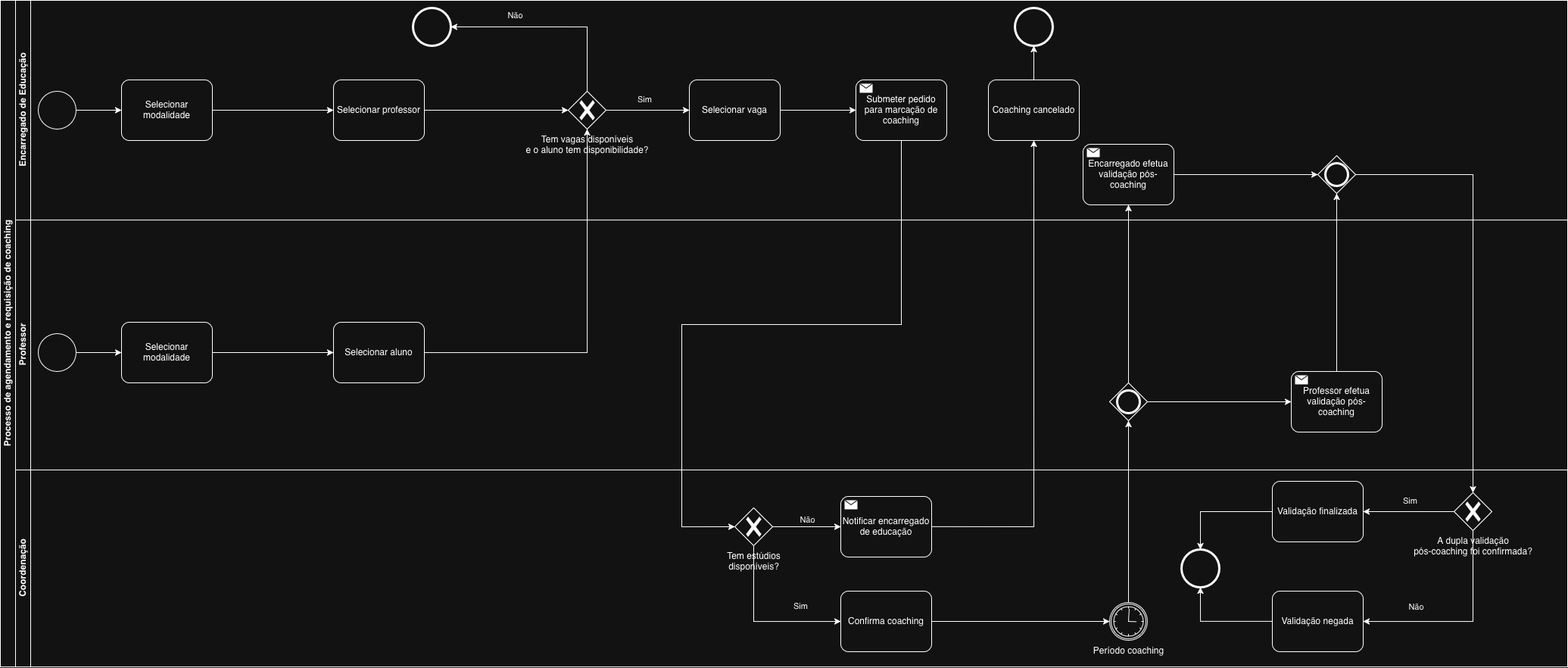
The draw.io diagram docs/diagrams/bpmn/assets/bpmn-coaching-dark.png in nricardoba/lesi-pds-pw-dance-school, before a commit. Source tidied: cells renumbered, new cells last; positions are measured from the earlier drawing's top-left corner, leaving out a move shared by most shapes.
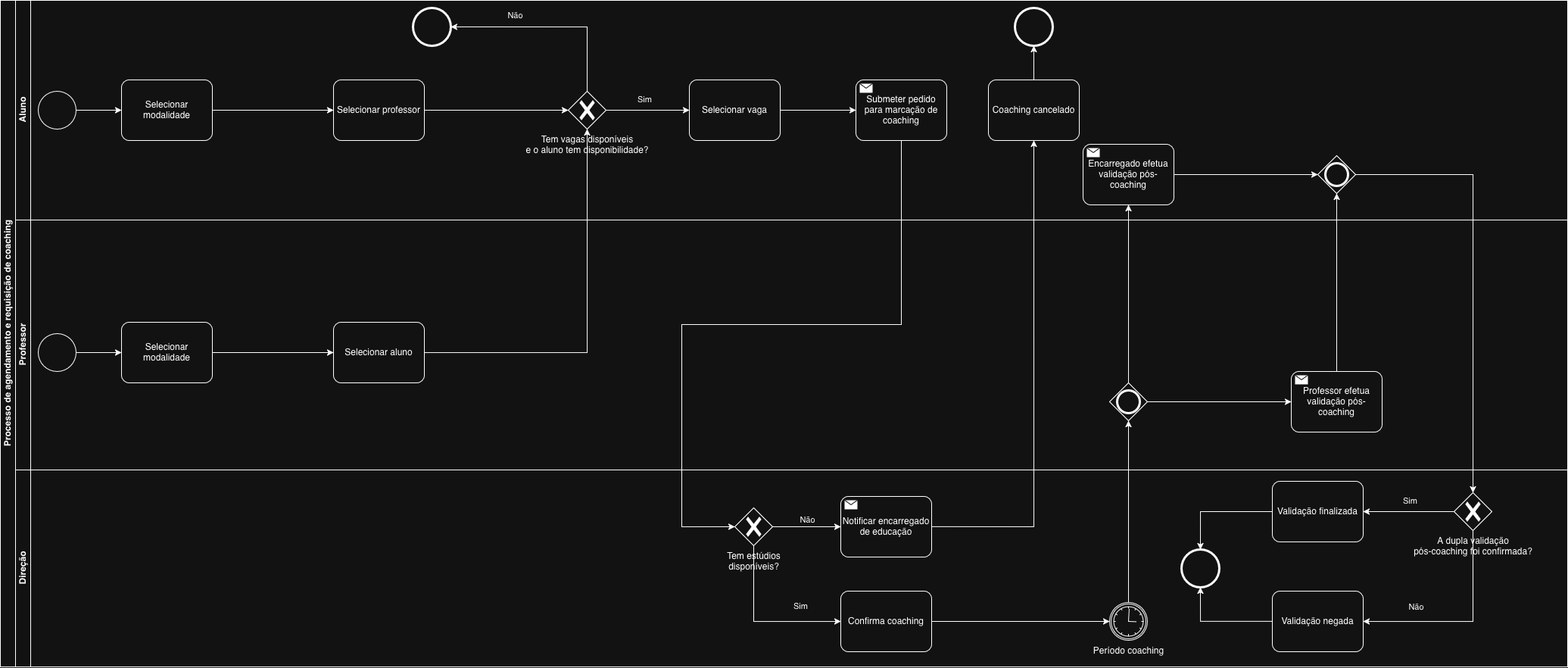
After the change.

What changed in the source:
```diff
@@ -5,7 +5,7 @@
     <mxCell id="2" value="Processo de agendamento e requisição de coaching" style="swimlane;horizontal=0;startSize=20;html=1;" parent="1" vertex="1">
       <mxGeometry width="2070" height="880" as="geometry" />
     </mxCell>
-    <mxCell id="3" value="Encarregado de Educação" style="swimlane;startSize=20;horizontal=0;html=1;" parent="2" vertex="1">
+    <mxCell id="3" value="Aluno" style="swimlane;startSize=20;horizontal=0;html=1;" parent="2" vertex="1">
       <mxGeometry x="20" width="2050" height="290" as="geometry" />
     </mxCell>
     <mxCell id="4" value="Selecionar modalidade" style="points=[[0.25,0,0],[0.5,0,0],[0.75,0,0],[1,0.25,0],[1,0.5,0],[1,0.75,0],[0.75,1,0],[0.5,1,0],[0.25,1,0],[0,0.75,0],[0,0.5,0],[0,0.25,0]];shape=mxgraph.bpmn.task2;whiteSpace=wrap;rectStyle=rounded;size=10;html=1;taskMarker=abstract;" parent="3" vertex="1">
@@ -105,7 +105,7 @@
     <mxCell id="33" style="points=[[0.25,0.25,0],[0.5,0,0],[0.75,0.25,0],[1,0.5,0],[0.75,0.75,0],[0.5,1,0],[0.25,0.75,0],[0,0.5,0]];shape=mxgraph.bpmn.gateway2;html=1;verticalLabelPosition=bottom;labelBackgroundColor=#ffffff;verticalAlign=top;align=center;perimeter=rhombusPerimeter;outlineConnect=0;outline=end;symbol=general;" parent="25" vertex="1">
       <mxGeometry x="1445" y="215" width="50" height="50" as="geometry" />
     </mxCell>
-    <mxCell id="34" value="Coordenação" style="swimlane;startSize=20;horizontal=0;html=1;" parent="2" vertex="1">
+    <mxCell id="34" value="&lt;div&gt;Direção&lt;/div&gt;" style="swimlane;startSize=20;horizontal=0;html=1;" parent="2" vertex="1">
       <mxGeometry x="20" y="620" width="2050" height="260" as="geometry" />
     </mxCell>
     <mxCell id="35" value="&lt;div&gt;Tem estúdios&lt;/div&gt;&lt;div&gt;disponíveis?&lt;/div&gt;" style="points=[[0.25,0.25,0],[0.5,0,0],[0.75,0.25,0],[1,0.5,0],[0.75,0.75,0],[0.5,1,0],[0.25,0.75,0],[0,0.5,0]];shape=mxgraph.bpmn.gateway2;html=1;verticalLabelPosition=bottom;labelBackgroundColor=#ffffff;verticalAlign=top;align=center;perimeter=rhombusPerimeter;outlineConnect=0;outline=none;symbol=none;gwType=exclusive;" parent="34" vertex="1">
```
